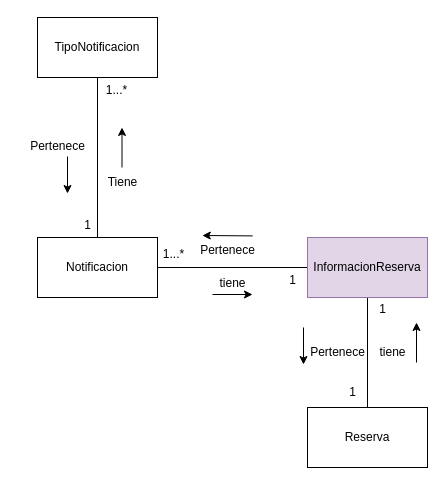
Before: page "Notificaciones" (7 of 12) of Restaurante_Disenio.drawio in andrescardo98/doo, a draw.io diagram. Source tidied: cells renumbered, new cells numbered last; positions are measured from the earlier drawing's top-left corner, leaving out a move shared by most shapes. Both pictures are drawn from the tidied source at 100%, with x=0, y=0 at pixel (17, 17).
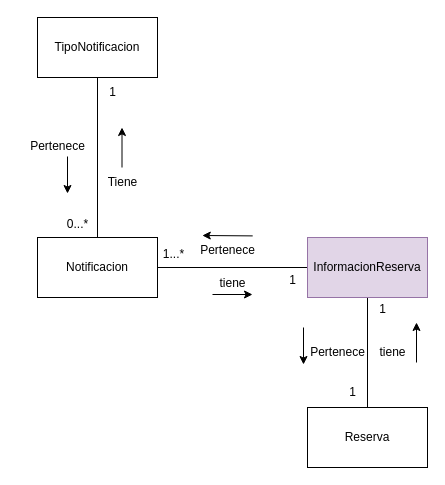
After the change.

The edit, as a diff of the source:
```diff
@@
-    <mxCell id="10" value="1...*" style="text;html=1;align=center;verticalAlign=middle;strokeColor=none;fillColor=none;" parent="1" vertex="1">
-      <mxGeometry x="79" y="58" width="40" height="30" as="geometry" />
+    <mxCell id="10" value="1" style="text;html=1;align=center;verticalAlign=middle;strokeColor=none;fillColor=none;" parent="1" vertex="1">
+      <mxGeometry x="80" y="60" width="30" height="30" as="geometry" />
     </mxCell>
-    <mxCell id="11" value="1" style="text;html=1;align=center;verticalAlign=middle;strokeColor=none;fillColor=none;" parent="1" vertex="1">
-      <mxGeometry x="55" y="193" width="30" height="30" as="geometry" />
+    <mxCell id="11" value="0...*" style="text;html=1;align=center;verticalAlign=middle;strokeColor=none;fillColor=none;" parent="1" vertex="1">
+      <mxGeometry x="40" y="192" width="40" height="30" as="geometry" />
     </mxCell>
```
